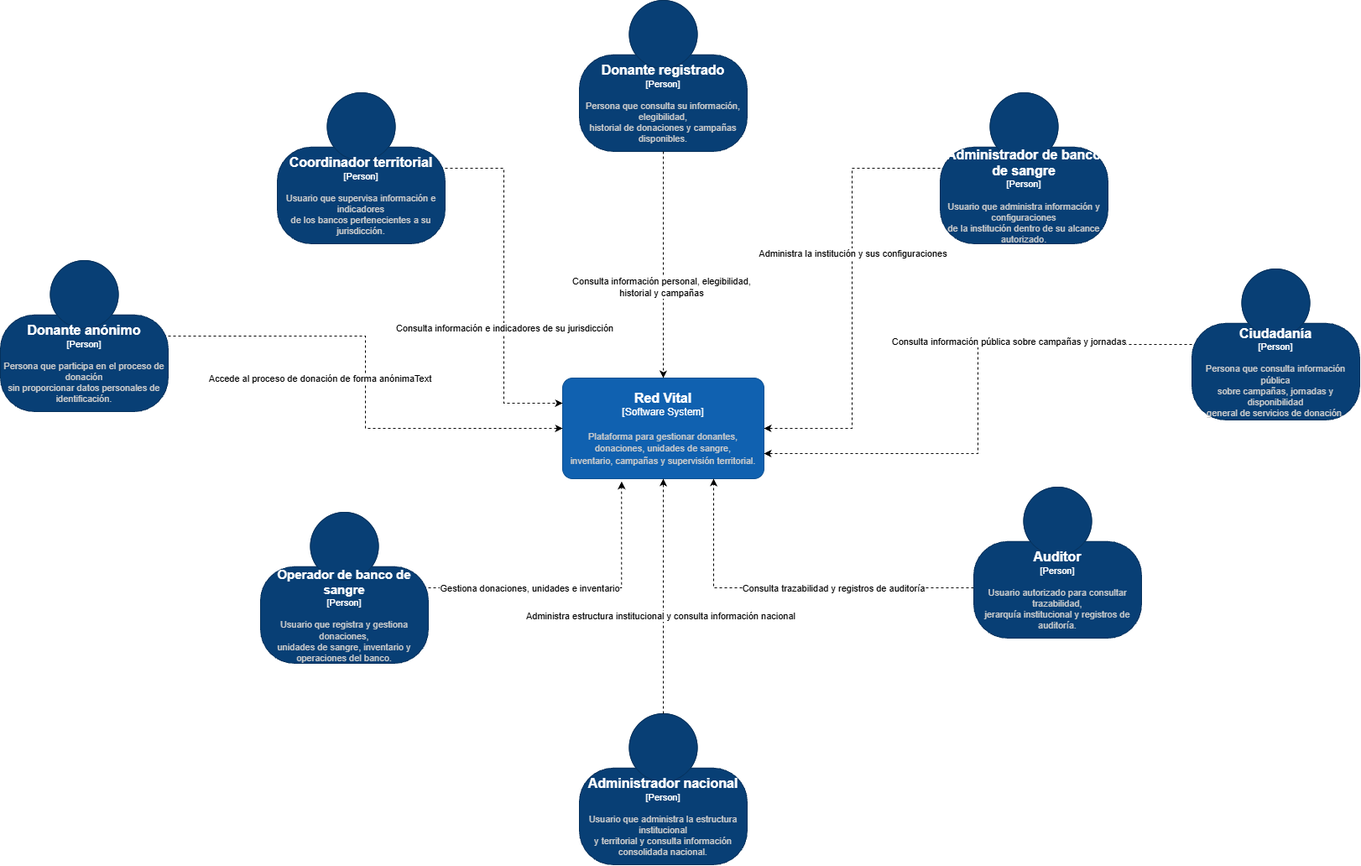
Arkue-Software/docs keeps this draw.io diagram as architecture/diagrams/Red Vital C4-c1.png. Above is the earlier version. Source tidied: cells renumbered, new cells last; positions are measured from the earlier drawing's top-left corner, leaving out a move shared by most shapes.
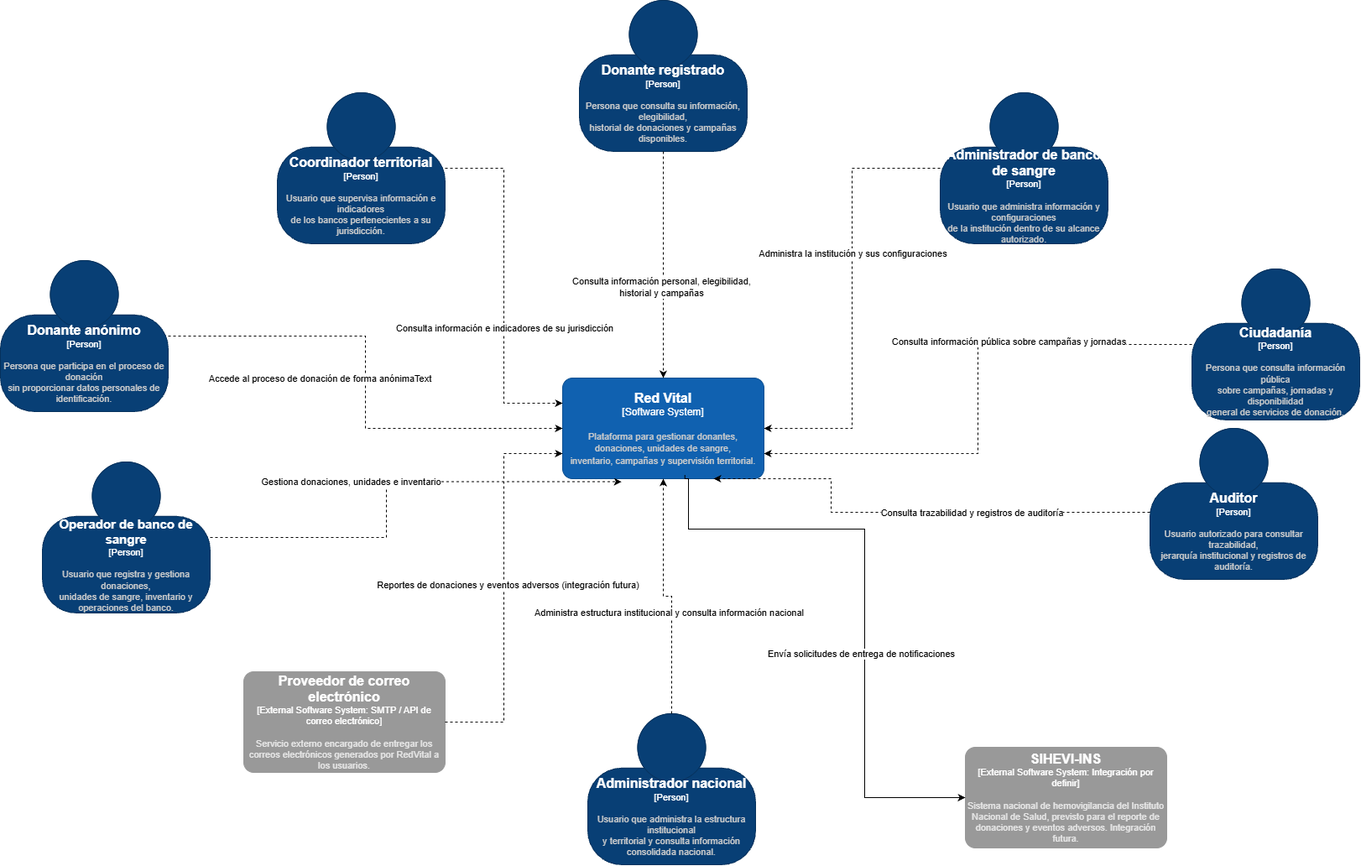
The same file after the commit.

Diff of the diagram source:
```diff
@@ -20,7 +20,7 @@
     </mxCell>
     <object id="6" label="&lt;font style=&quot;font-size: 15px&quot;&gt;&lt;b&gt;%c4Name%&lt;/b&gt;&lt;/font&gt;&lt;div&gt;[%c4Type%]&lt;/div&gt;&lt;br&gt;&lt;div&gt;&lt;font style=&quot;font-size: 11px&quot;&gt;&lt;font color=&quot;#cccccc&quot;&gt;%c4Description%&lt;/font&gt;&lt;/div&gt;" c4Description="Usuario que registra y gestiona donaciones,&#10;unidades de sangre, inventario y operaciones del banco." c4Name="Operador de banco de sangre" c4Type="Person" placeholders="1">
       <mxCell style="html=1;fontSize=11;dashed=0;whiteSpace=wrap;fillColor=#083F75;strokeColor=#06315C;fontColor=#ffffff;shape=mxgraph.c4.person2;align=center;points=[[0.5,0,0],[1,0.5,0],[1,0.75,0],[0.75,1,0],[0.5,1,0],[0.25,1,0],[0,0.75,0],[0,0.5,0]];" parent="1" vertex="1">
-        <mxGeometry x="310" y="610" width="200" height="180" as="geometry" />
+        <mxGeometry x="50" y="550" width="200" height="180" as="geometry" />
       </mxCell>
     </object>
     <mxCell id="7" style="edgeStyle=orthogonalEdgeStyle;rounded=0;jettySize=auto;html=1;entryX=0.293;entryY=1.029;entryDx=0;entryDy=0;entryPerimeter=0;dashed=1;" parent="1" edge="1" source="6" target="2">
@@ -60,7 +60,8 @@
     <mxCell id="15" style="edgeStyle=orthogonalEdgeStyle;rounded=0;jettySize=auto;html=1;entryX=0.75;entryY=1;entryDx=0;entryDy=0;entryPerimeter=0;dashed=1;" parent="1" edge="1" source="17" target="2">
       <mxGeometry relative="1" as="geometry">
         <Array as="points">
-          <mxPoint x="850" y="700" />
+          <mxPoint x="990" y="610" />
+          <mxPoint x="990" y="570" />
         </Array>
       </mxGeometry>
     </mxCell>
@@ -69,12 +70,12 @@
     </mxCell>
     <object id="17" label="&lt;font style=&quot;font-size: 16px&quot;&gt;&lt;b&gt;%c4Name%&lt;/b&gt;&lt;/font&gt;&lt;div&gt;[%c4Type%]&lt;/div&gt;&lt;br&gt;&lt;div&gt;&lt;font style=&quot;font-size: 11px&quot;&gt;&lt;font color=&quot;#cccccc&quot;&gt;%c4Description%&lt;/font&gt;&lt;/div&gt;" c4Description="Usuario autorizado para consultar trazabilidad,&#10;jerarquía institucional y registros de auditoría." c4Name="Auditor" c4Type="Person" placeholders="1">
       <mxCell style="html=1;fontSize=11;dashed=0;whiteSpace=wrap;fillColor=#083F75;strokeColor=#06315C;fontColor=#ffffff;shape=mxgraph.c4.person2;align=center;points=[[0.5,0,0],[1,0.5,0],[1,0.75,0],[0.75,1,0],[0.5,1,0],[0.25,1,0],[0,0.75,0],[0,0.5,0]];" parent="1" vertex="1">
-        <mxGeometry x="1160" y="580" width="200" height="180" as="geometry" />
+        <mxGeometry x="1370" y="510" width="200" height="180" as="geometry" />
       </mxCell>
     </object>
     <object id="18" label="&lt;font style=&quot;font-size: 16px&quot;&gt;&lt;b&gt;%c4Name%&lt;/b&gt;&lt;/font&gt;&lt;div&gt;[%c4Type%]&lt;/div&gt;&lt;br&gt;&lt;div&gt;&lt;font style=&quot;font-size: 11px&quot;&gt;&lt;font color=&quot;#cccccc&quot;&gt;%c4Description%&lt;/font&gt;&lt;/div&gt;" c4Description="Usuario que administra la estructura institucional&#10;y territorial y consulta información consolidada nacional." c4Name="Administrador nacional" c4Type="Person" placeholders="1">
       <mxCell style="html=1;fontSize=11;dashed=0;whiteSpace=wrap;fillColor=#083F75;strokeColor=#06315C;fontColor=#ffffff;shape=mxgraph.c4.person2;align=center;points=[[0.5,0,0],[1,0.5,0],[1,0.75,0],[0.75,1,0],[0.5,1,0],[0.25,1,0],[0,0.75,0],[0,0.5,0]];" parent="1" vertex="1">
-        <mxGeometry x="690" y="850" width="200" height="180" as="geometry" />
+        <mxGeometry x="700" y="850" width="200" height="180" as="geometry" />
       </mxCell>
     </object>
     <mxCell id="19" style="edgeStyle=orthogonalEdgeStyle;rounded=0;jettySize=auto;html=1;entryX=0.5;entryY=1;entryDx=0;entryDy=0;entryPerimeter=0;dashed=1;" parent="1" edge="1" source="18" target="2">
@@ -107,5 +108,35 @@
         <mxGeometry y="310" width="200" height="180" as="geometry" />
       </mxCell>
     </object>
+    <object id="27" label="&lt;font style=&quot;font-size: 16px&quot;&gt;&lt;b&gt;%c4Name%&lt;/b&gt;&lt;/font&gt;&lt;div&gt;[%c4Type%: %c4Technology%]&lt;/div&gt;&lt;br&gt;&lt;div&gt;&lt;font style=&quot;font-size: 11px&quot;&gt;&lt;font color=&quot;#E6E6E6&quot;&gt;%c4Description%&lt;/font&gt;&lt;/div&gt;" c4Description="Servicio externo encargado de entregar los correos electrónicos generados por RedVital a los usuarios." c4Name="Proveedor de correo electrónico" c4Technology="SMTP / API de correo electrónico" c4Type="External Software System" placeholders="1">
+      <mxCell style="rounded=1;whiteSpace=wrap;html=1;fontSize=11;labelBackgroundColor=none;fillColor=#999999;fontColor=#ffffff;align=center;arcSize=10;strokeColor=#999999;points=[[0.25,0,0],[0.5,0,0],[0.75,0,0],[1,0.25,0],[1,0.5,0],[1,0.75,0],[0.75,1,0],[0.5,1,0],[0.25,1,0],[0,0.75,0],[0,0.5,0],[0,0.25,0]];" parent="1" vertex="1">
+        <mxGeometry x="290" y="800" width="240" height="120" as="geometry" />
+      </mxCell>
+    </object>
+    <object id="28" label="&lt;font style=&quot;font-size: 16px&quot;&gt;&lt;b&gt;%c4Name%&lt;/b&gt;&lt;/font&gt;&lt;div&gt;[%c4Type%: %c4Technology%]&lt;/div&gt;&lt;br&gt;&lt;div&gt;&lt;font style=&quot;font-size: 11px&quot;&gt;&lt;font color=&quot;#E6E6E6&quot;&gt;%c4Description%&lt;/font&gt;&lt;/div&gt;" c4Description="Sistema nacional de hemovigilancia del Instituto Nacional de Salud, previsto para el reporte de donaciones y eventos adversos. Integración futura." c4Name="SIHEVI-INS" c4Technology="Integración por definir" c4Type="External Software System" placeholders="1">
+      <mxCell style="rounded=1;whiteSpace=wrap;html=1;fontSize=11;labelBackgroundColor=none;fillColor=#999999;fontColor=#ffffff;align=center;arcSize=10;strokeColor=#999999;points=[[0.25,0,0],[0.5,0,0],[0.75,0,0],[1,0.25,0],[1,0.5,0],[1,0.75,0],[0.75,1,0],[0.5,1,0],[0.25,1,0],[0,0.75,0],[0,0.5,0],[0,0.25,0]];" parent="1" vertex="1">
+        <mxGeometry x="1150" y="890" width="240" height="120" as="geometry" />
+      </mxCell>
+    </object>
+    <mxCell id="29" style="edgeStyle=orthogonalEdgeStyle;rounded=0;jettySize=auto;html=1;entryX=0;entryY=0.75;entryDx=0;entryDy=0;entryPerimeter=0;dashed=1;" parent="1" edge="1" source="27" target="2">
+      <mxGeometry relative="1" as="geometry" />
+    </mxCell>
+    <mxCell id="30" value="Reportes de donaciones y eventos adversos (integración futura)" style="edgeLabel;html=1;align=center;verticalAlign=middle;" parent="29" vertex="1">
+      <mxGeometry x="0.02" y="-4" relative="1" as="geometry" />
+    </mxCell>
+    <mxCell id="31" style="edgeStyle=orthogonalEdgeStyle;rounded=0;jettySize=auto;html=1;startArrow=classic;startFill=1;endArrow=none;endFill=0;entryX=0.607;entryY=0.963;entryDx=0;entryDy=0;entryPerimeter=0;" parent="1" edge="1" source="28" target="2">
+      <mxGeometry x="-0.1" relative="1" as="geometry">
+        <Array as="points">
+          <mxPoint x="1030" y="950" />
+          <mxPoint x="1030" y="630" />
+          <mxPoint x="820" y="630" />
+          <mxPoint x="820" y="570" />
+          <mxPoint x="815.7" y="570" />
+        </Array>
+      </mxGeometry>
+    </mxCell>
+    <mxCell id="32" value="Envía solicitudes de entrega de notificaciones" style="edgeLabel;html=1;align=center;verticalAlign=middle;" parent="31" vertex="1">
+      <mxGeometry x="-0.19" y="5" relative="1" as="geometry" />
+    </mxCell>
   </root>
 </mxGraphModel>
```
